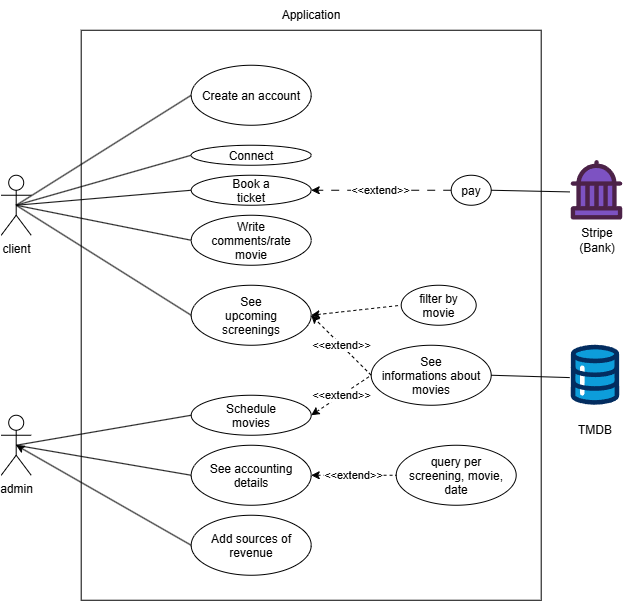
This is doc/assessment/use_case_diagram.png from nolannb35/ENSAI-2A-projet-info-team6, a draw.io export, as it was before one commit. Source tidied: cells renumbered, new cells last; positions are measured from the earlier drawing's top-left corner, leaving out a move shared by most shapes.
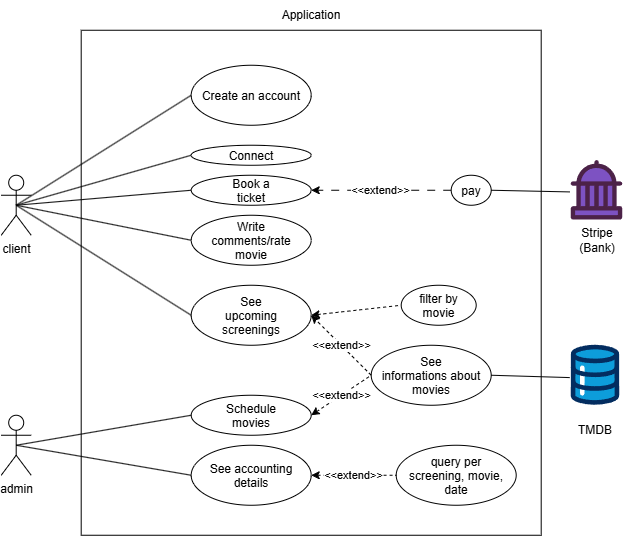
The same diagram one commit later.

The edit, as a diff of the source:
```diff
@@ -87,14 +87,8 @@
       <mxGeometry relative="1" as="geometry" />
     </mxCell>
     <mxCell id="30" style="rounded=0;whiteSpace=wrap;html=1;fillColor=none;" parent="1" vertex="1">
-      <mxGeometry x="80" y="30" width="460" height="570" as="geometry" />
+      <mxGeometry x="80" y="30" width="460" height="505" as="geometry" />
     </mxCell>
-    <mxCell id="31" value="Add sources of revenue" style="ellipse;whiteSpace=wrap;html=1;shapeInside=1;" parent="1" vertex="1">
-      <mxGeometry x="190" y="515" width="120" height="60" as="geometry" />
-    </mxCell>
-    <mxCell id="32" style="rounded=0;jettySize=auto;html=1;exitX=0;exitY=0.5;exitDx=0;exitDy=0;entryX=0.5;entryY=0.5;entryDx=0;entryDy=0;entryPerimeter=0;" parent="1" edge="1" source="31" target="8">
-      <mxGeometry relative="1" as="geometry" />
-    </mxCell>
     <mxCell id="33" style="verticalLabelPosition=bottom;html=1;shape=mxgraph.salesforce.government;fillColor=none;strokeColor=none;" parent="1" vertex="1">
       <mxGeometry x="570" y="160" width="51.6" height="60" as="geometry" />
     </mxCell>
```
